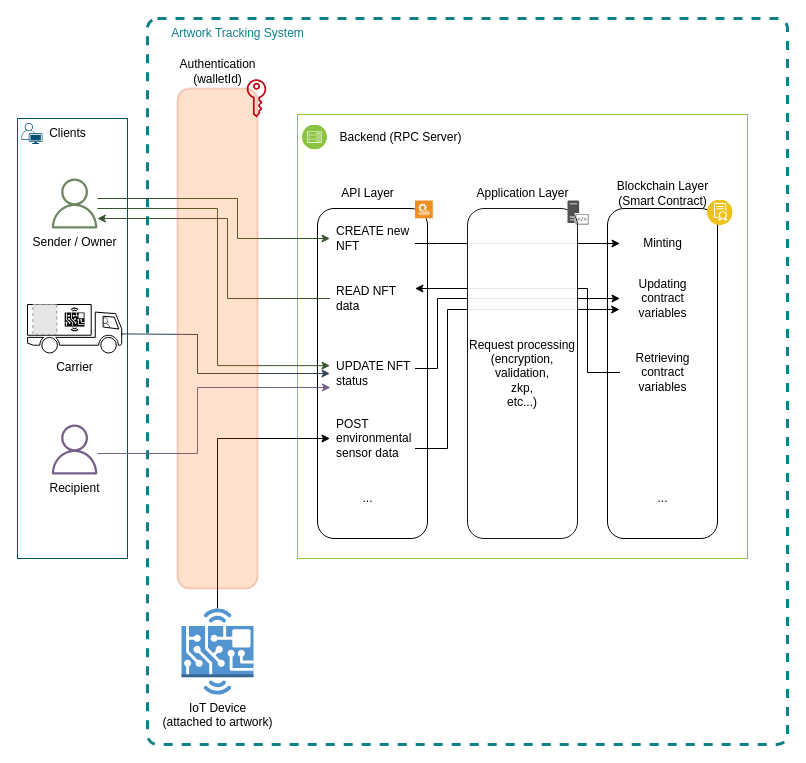
Above: diagrams/Architecture.drawio in artis-project/artis-thesis (draw.io), before the change. Source tidied: cells renumbered, new cells numbered last; positions are measured from the earlier drawing's top-left corner, leaving out a move shared by most shapes. Both pictures are drawn from the tidied source at 100%, with x=0, y=0 at pixel (17, 18). Pictures stored in the file or linked from it are replaced by grey dashed boxes.
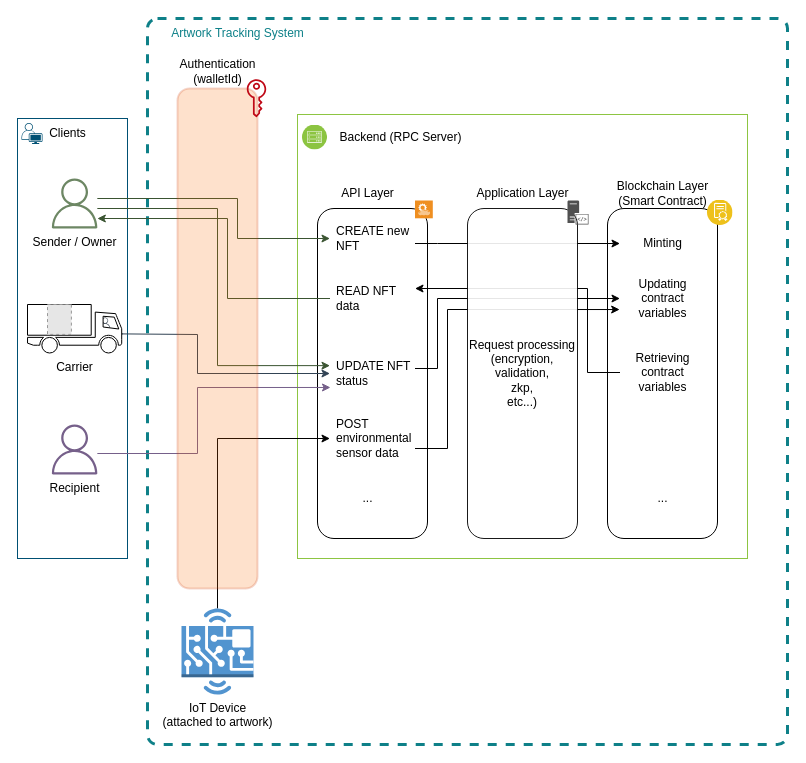
After the change.

The change refers to these unchanged cells:
```xml
<mxCell id="44" style="group;fillColor=none;strokeColor=none;" parent="1" vertex="1">
  <mxGeometry x="10" y="286" width="94.2" height="48.5" as="geometry" />
</mxCell>
```

Diff of the diagram source:
```diff
@@
-    <mxCell id="47" style="dashed=0;verticalLabelPosition=bottom;verticalAlign=top;align=center;html=1;shape=mxgraph.aws3.hardware_board;fillColor=#000000;gradientColor=none;strokeWidth=1;" parent="44" vertex="1">
-      <mxGeometry x="37.2" y="3.1" width="19.8" height="23.7" as="geometry" />
-    </mxCell>
     <mxCell id="48" style="fillColor=#E6E6E6;strokeColor=#999999;dashed=1;verticalLabelPosition=bottom;labelBackgroundColor=default;verticalAlign=top;" parent="44" vertex="1">
-      <mxGeometry x="5.4" width="23.9" height="29.9" as="geometry" />
+      <mxGeometry x="20" width="23.9" height="29.9" as="geometry" />
     </mxCell>
```
